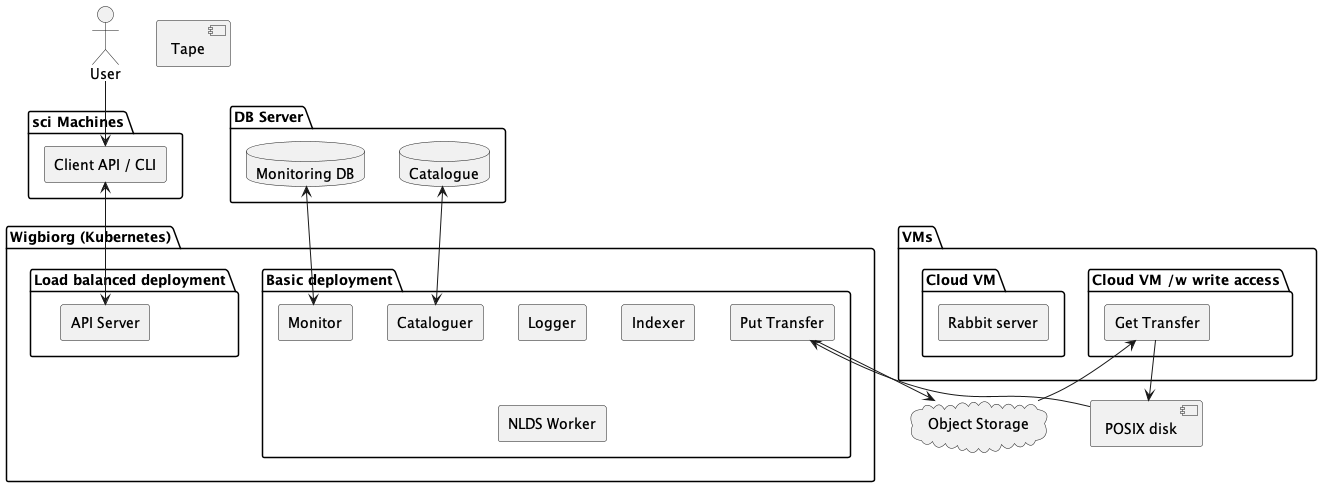
Earlier version of the PlantUML export docs/spec/uml/deployment.png (cedadev/nlds). Its diagram source:
```plantuml
@startuml deployment

actor user as "User"
package sci_machines as "sci Machines"{
    agent client as "Client API / CLI"
}

component posix as "POSIX disk"
cloud object_storage as "Object Storage"
component tape as "Tape"

package kubernetes as "Wigbiorg (Kubernetes)" {
    package consumers as "Basic deployment" {
        agent logger as "Logger"
        agent indexer as "Indexer"
        agent transfer_put as "Put Transfer"
        agent nlds_worker as "NLDS Worker"
        agent monitoring as "Monitor"
        agent cataloguer as "Cataloguer"
    }
    package nginx as "Load balanced deployment"{
        agent api_server as "API Server"
    }
}
package vms as "VMs"{
    package cloud_vm_consumer as "Cloud VM /w write access"{
        agent transfer_get as "Get Transfer"
    }

    package cloud_vm_rabbit as "Cloud VM"{
        agent rabbit_server as "Rabbit server"
    }
}
package db_server as "DB Server"{
    database catalogue_db as "Catalogue"
    database monitoring_db as "Monitoring DB"
}

user-->client
client<-->api_server
catalogue_db <--> cataloguer
monitoring_db <--> monitoring
transfer_put --> object_storage
transfer_put <-- posix
transfer_get <-- object_storage
transfer_get --> posix

@enduml
```
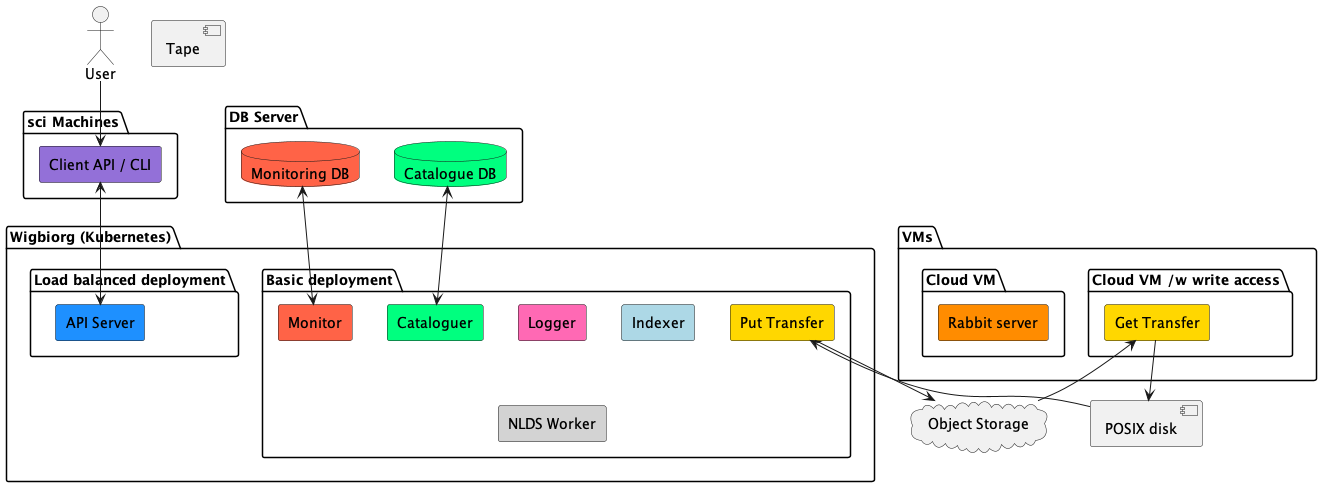
The same file after the commit.

Commit message:
Add some colour to deployment diagram

Diff of the diagram source:
```diff
@@ -1,8 +1,17 @@
 @startuml deployment
+
+<style>
+    agent {
+        .api {
+            FontColor white
+            BackgroundColor MediumBlue
+        }
+    }
+</style>
 
 actor user as "User"
 package sci_machines as "sci Machines"{
-    agent client as "Client API / CLI"
+    agent client as "Client API / CLI" #MediumPurple
 }
 
 component posix as "POSIX disk"
@@ -11,30 +20,31 @@
 
 package kubernetes as "Wigbiorg (Kubernetes)" {
     package consumers as "Basic deployment" {
-        agent logger as "Logger"
-        agent indexer as "Indexer"
-        agent transfer_put as "Put Transfer"
-        agent nlds_worker as "NLDS Worker"
-        agent monitoring as "Monitor"
-        agent cataloguer as "Cataloguer"
+        agent logger as "Logger" #hotpink
+        agent indexer as "Indexer" #LightBlue
+        agent transfer_put as "Put Transfer" #gold
+        agent nlds_worker as "NLDS Worker" #lightgrey
+        agent monitoring as "Monitor" #tomato
+        agent cataloguer as "Cataloguer" #springgreen
     }
     package nginx as "Load balanced deployment"{
-        agent api_server as "API Server"
+        agent "API Server" as api_server #DodgerBlue
     }
 }
 package vms as "VMs"{
     package cloud_vm_consumer as "Cloud VM /w write access"{
-        agent transfer_get as "Get Transfer"
+        agent transfer_get as "Get Transfer" #gold
     }
 
     package cloud_vm_rabbit as "Cloud VM"{
-        agent rabbit_server as "Rabbit server"
+        agent rabbit_server as "Rabbit server" #DarkOrange
     }
 }
 package db_server as "DB Server"{
-    database catalogue_db as "Catalogue"
-    database monitoring_db as "Monitoring DB"
+    database catalogue_db as "Catalogue DB" #springgreen
+    database monitoring_db as "Monitoring DB" #tomato
 }
+
 
 user-->client
 client<-->api_server
```
